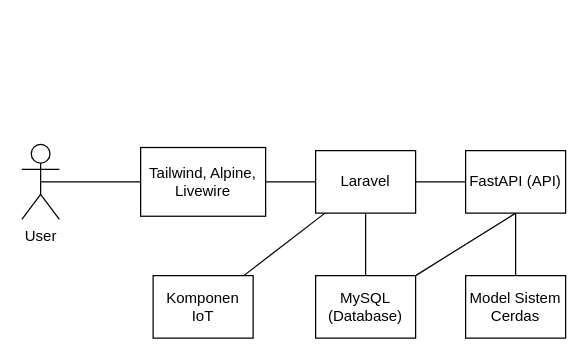
Before: docs/antarmuka.drawio in codebaradev/Simlab, a draw.io diagram. Source tidied: cells renumbered, new cells numbered last; positions are measured from the earlier drawing's top-left corner, leaving out a move shared by most shapes. Both pictures are drawn from the tidied source at 125%, with x=0, y=0 at pixel (21, 144).
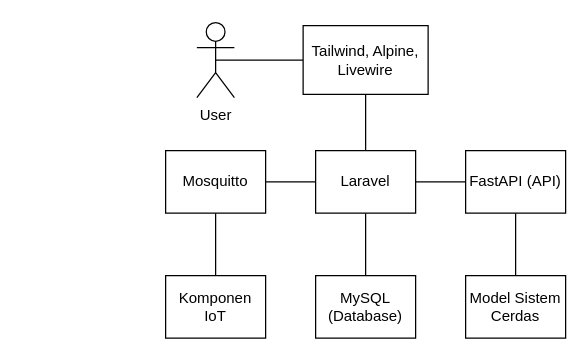
After the change.

Commit message (it also covers changes not shown here):
gitfeat: Update Antarmuka dan ERD

The edit, as a diff of the source:
```diff
@@
 <mxGraphModel>
   <root>
     <mxCell id="0" />
     <mxCell id="1" parent="0" />
     <mxCell id="2" style="edgeStyle=none;html=1;exitX=0.5;exitY=0.5;exitDx=0;exitDy=0;exitPerimeter=0;entryX=0;entryY=0.5;entryDx=0;entryDy=0;endArrow=none;endFill=0;" parent="1" edge="1" source="3" target="6">
       <mxGeometry relative="1" as="geometry" />
     </mxCell>
     <mxCell id="3" value="User" style="shape=umlActor;verticalLabelPosition=bottom;verticalAlign=top;html=1;outlineConnect=0;" parent="1" vertex="1">
-      <mxGeometry width="30" height="60" as="geometry" />
+      <mxGeometry x="140" y="-97.5" width="30" height="60" as="geometry" />
     </mxCell>
-    <mxCell id="4" style="edgeStyle=none;html=1;exitX=1;exitY=0.5;exitDx=0;exitDy=0;entryX=0;entryY=0.5;entryDx=0;entryDy=0;endArrow=none;endFill=0;" parent="1" edge="1" source="6" target="9">
+    <mxCell id="4" style="edgeStyle=none;html=1;endArrow=none;endFill=0;" parent="1" edge="1" source="6" target="9">
       <mxGeometry relative="1" as="geometry" />
     </mxCell>
-    <mxCell id="5" style="edgeStyle=none;html=1;endArrow=none;endFill=0;" parent="1" edge="1" source="9" target="15">
+    <mxCell id="5" style="edgeStyle=none;html=1;endArrow=none;endFill=0;" parent="1" edge="1" source="9" target="17">
       <mxGeometry relative="1" as="geometry" />
     </mxCell>
     <mxCell id="6" value="Tailwind, Alpine, Livewire" style="rounded=0;whiteSpace=wrap;html=1;" parent="1" vertex="1">
-      <mxGeometry x="95" y="2.5" width="100" height="55" as="geometry" />
+      <mxGeometry x="225" y="-95" width="100" height="55" as="geometry" />
     </mxCell>
     <mxCell id="7" style="edgeStyle=none;html=1;exitX=0.5;exitY=1;exitDx=0;exitDy=0;entryX=0.5;entryY=0;entryDx=0;entryDy=0;endArrow=none;endFill=0;" parent="1" edge="1" source="9" target="10">
       <mxGeometry relative="1" as="geometry" />
     </mxCell>
     <mxCell id="8" style="edgeStyle=none;html=1;exitX=1;exitY=0.5;exitDx=0;exitDy=0;entryX=0;entryY=0.5;entryDx=0;entryDy=0;endArrow=none;endFill=0;" parent="1" edge="1" source="9" target="14">
       <mxGeometry relative="1" as="geometry" />
     </mxCell>
     <mxCell id="9" value="Laravel" style="rounded=0;whiteSpace=wrap;html=1;" parent="1" vertex="1">
       <mxGeometry x="235" y="5" width="80" height="50" as="geometry" />
     </mxCell>
     <mxCell id="10" value="MySQL (Database)" style="rounded=0;whiteSpace=wrap;html=1;" parent="1" vertex="1">
       <mxGeometry x="235" y="105" width="80" height="50" as="geometry" />
     </mxCell>
     <mxCell id="11" value="Model Sistem Cerdas" style="rounded=0;whiteSpace=wrap;html=1;" parent="1" vertex="1">
       <mxGeometry x="355" y="105" width="80" height="50" as="geometry" />
     </mxCell>
     <mxCell id="12" style="edgeStyle=none;html=1;exitX=0.5;exitY=1;exitDx=0;exitDy=0;entryX=0.5;entryY=0;entryDx=0;entryDy=0;endArrow=none;endFill=0;" parent="1" edge="1" source="14" target="11">
       <mxGeometry relative="1" as="geometry" />
     </mxCell>
+    <mxCell id="14" value="FastAPI (API)" style="rounded=0;whiteSpace=wrap;html=1;" parent="1" vertex="1">
+      <mxGeometry x="355" y="5" width="80" height="50" as="geometry" />
+    </mxCell>
-    <mxCell id="13" style="edgeStyle=none;html=1;exitX=0.5;exitY=1;exitDx=0;exitDy=0;endArrow=none;endFill=0;" parent="1" edge="1" source="14" target="10">
-      <mxGeometry relative="1" as="geometry" />
+    <mxCell id="13" value="Komponen IoT" style="rounded=0;whiteSpace=wrap;html=1;" parent="1" vertex="1">
+      <mxGeometry x="115" y="105" width="80" height="50" as="geometry" />
     </mxCell>
-    <mxCell id="14" value="FastAPI (API)" style="rounded=0;whiteSpace=wrap;html=1;" parent="1" vertex="1">
-      <mxGeometry x="355" y="5" width="80" height="50" as="geometry" />
-    </mxCell>
-    <mxCell id="15" value="Komponen IoT" style="rounded=0;whiteSpace=wrap;html=1;" parent="1" vertex="1">
-      <mxGeometry x="105" y="105" width="80" height="50" as="geometry" />
-    </mxCell>
+    <mxCell id="16" style="edgeStyle=none;html=1;exitX=0.5;exitY=1;exitDx=0;exitDy=0;endArrow=none;endFill=0;" parent="1" edge="1" source="17" target="13">
+      <mxGeometry relative="1" as="geometry" />
+    </mxCell>
+    <mxCell id="17" value="Mosquitto" style="rounded=0;whiteSpace=wrap;html=1;" parent="1" vertex="1">
+      <mxGeometry x="115" y="5" width="80" height="50" as="geometry" />
+    </mxCell>
   </root>
 </mxGraphModel>
```
